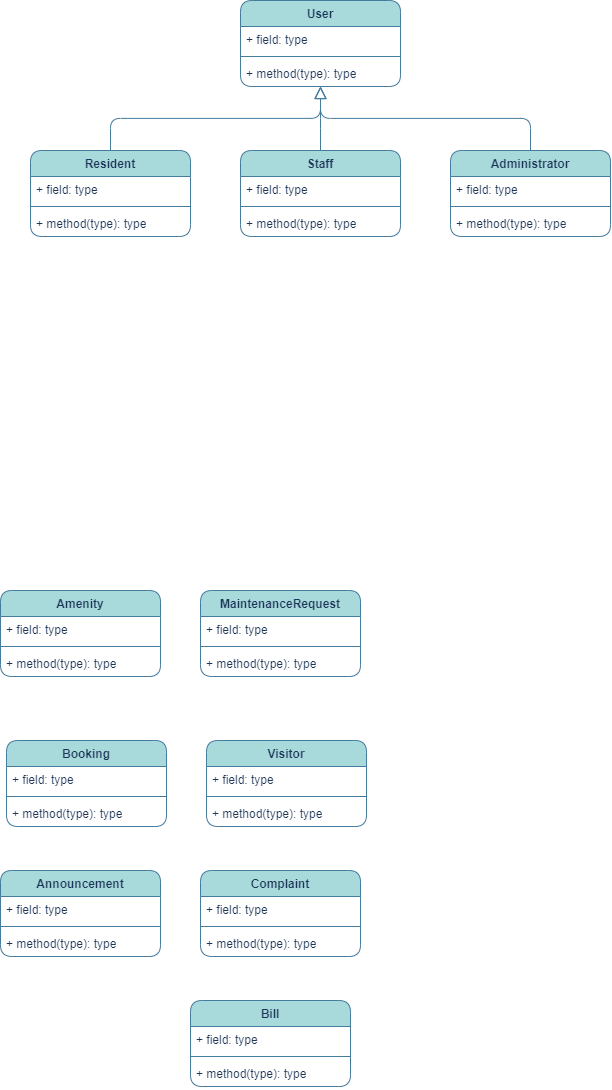
Before: UML class diagram.drawio.png, a diagram exported from draw.io (zainy0805/SE_Assignment_project). Source tidied: cells renumbered, new cells last; positions are measured from the earlier drawing's top-left corner, leaving out a move shared by most shapes.
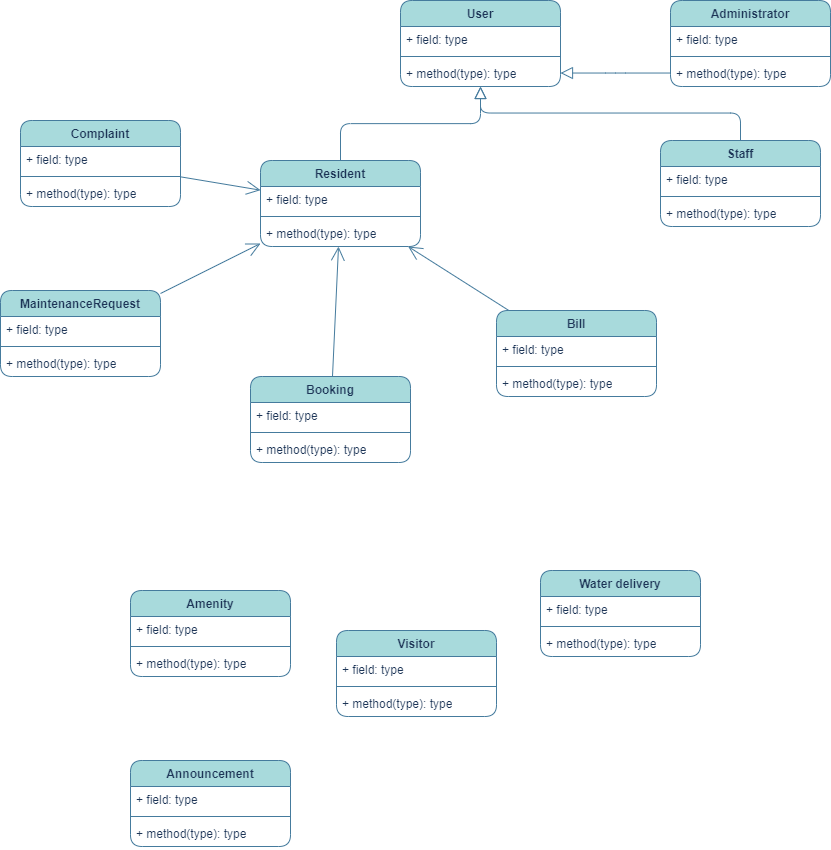
After the change.

Diff of the diagram source:
```diff
@@ -18,7 +18,7 @@
       <mxGeometry y="60" width="160" height="26" as="geometry" />
     </mxCell>
     <mxCell id="7" value="Resident" style="swimlane;fontStyle=1;align=center;verticalAlign=top;horizontal=1;startSize=26;whiteSpace=wrap;html=1;rounded=1;strokeColor=#457B9D;fontColor=#1D3557;fillColor=#A8DADC;" parent="1" vertex="1">
-      <mxGeometry x="30" y="150" width="160" height="86" as="geometry" />
+      <mxGeometry x="100" y="160" width="160" height="86" as="geometry" />
     </mxCell>
     <mxCell id="8" value="+ field: type" style="text;strokeColor=none;fillColor=none;align=left;verticalAlign=top;spacingLeft=4;spacingRight=4;overflow=hidden;whiteSpace=wrap;html=1;fontColor=#1D3557;" parent="7" vertex="1">
       <mxGeometry y="26" width="160" height="26" as="geometry" />
@@ -30,7 +30,7 @@
       <mxGeometry y="60" width="160" height="26" as="geometry" />
     </mxCell>
     <mxCell id="11" value="Staff" style="swimlane;fontStyle=1;align=center;verticalAlign=top;horizontal=1;startSize=26;whiteSpace=wrap;html=1;rounded=1;strokeColor=#457B9D;fontColor=#1D3557;fillColor=#A8DADC;" parent="1" vertex="1">
-      <mxGeometry x="240" y="150" width="160" height="86" as="geometry" />
+      <mxGeometry x="500" y="140" width="160" height="86" as="geometry" />
     </mxCell>
     <mxCell id="12" value="+ field: type" style="text;strokeColor=none;fillColor=none;align=left;verticalAlign=top;spacingLeft=4;spacingRight=4;overflow=hidden;whiteSpace=wrap;html=1;fontColor=#1D3557;" parent="11" vertex="1">
       <mxGeometry y="26" width="160" height="26" as="geometry" />
@@ -42,7 +42,7 @@
       <mxGeometry y="60" width="160" height="26" as="geometry" />
     </mxCell>
     <mxCell id="15" value="Administrator" style="swimlane;fontStyle=1;align=center;verticalAlign=top;horizontal=1;startSize=26;whiteSpace=wrap;html=1;rounded=1;strokeColor=#457B9D;fontColor=#1D3557;fillColor=#A8DADC;" parent="1" vertex="1">
-      <mxGeometry x="450" y="150" width="160" height="86" as="geometry" />
+      <mxGeometry x="510" width="160" height="86" as="geometry" />
     </mxCell>
     <mxCell id="16" value="+ field: type" style="text;strokeColor=none;fillColor=none;align=left;verticalAlign=top;spacingLeft=4;spacingRight=4;overflow=hidden;whiteSpace=wrap;html=1;fontColor=#1D3557;" parent="15" vertex="1">
       <mxGeometry y="26" width="160" height="26" as="geometry" />
@@ -54,7 +54,7 @@
       <mxGeometry y="60" width="160" height="26" as="geometry" />
     </mxCell>
     <mxCell id="19" value="Amenity" style="swimlane;fontStyle=1;align=center;verticalAlign=top;horizontal=1;startSize=26;whiteSpace=wrap;html=1;rounded=1;strokeColor=#457B9D;fontColor=#1D3557;fillColor=#A8DADC;" parent="1" vertex="1">
-      <mxGeometry y="590" width="160" height="86" as="geometry" />
+      <mxGeometry x="-30" y="590" width="160" height="86" as="geometry" />
     </mxCell>
     <mxCell id="20" value="+ field: type" style="text;strokeColor=none;fillColor=none;align=left;verticalAlign=top;spacingLeft=4;spacingRight=4;overflow=hidden;whiteSpace=wrap;html=1;fontColor=#1D3557;" parent="19" vertex="1">
       <mxGeometry y="26" width="160" height="26" as="geometry" />
@@ -66,7 +66,7 @@
       <mxGeometry y="60" width="160" height="26" as="geometry" />
     </mxCell>
     <mxCell id="23" value="Booking" style="swimlane;fontStyle=1;align=center;verticalAlign=top;horizontal=1;startSize=26;whiteSpace=wrap;html=1;rounded=1;strokeColor=#457B9D;fontColor=#1D3557;fillColor=#A8DADC;" parent="1" vertex="1">
-      <mxGeometry x="6" y="740" width="160" height="86" as="geometry" />
+      <mxGeometry x="90" y="376" width="160" height="86" as="geometry" />
     </mxCell>
     <mxCell id="24" value="+ field: type" style="text;strokeColor=none;fillColor=none;align=left;verticalAlign=top;spacingLeft=4;spacingRight=4;overflow=hidden;whiteSpace=wrap;html=1;fontColor=#1D3557;" parent="23" vertex="1">
       <mxGeometry y="26" width="160" height="26" as="geometry" />
@@ -78,7 +78,7 @@
       <mxGeometry y="60" width="160" height="26" as="geometry" />
     </mxCell>
     <mxCell id="27" value="Announcement" style="swimlane;fontStyle=1;align=center;verticalAlign=top;horizontal=1;startSize=26;whiteSpace=wrap;html=1;rounded=1;strokeColor=#457B9D;fontColor=#1D3557;fillColor=#A8DADC;" parent="1" vertex="1">
-      <mxGeometry y="870" width="160" height="86" as="geometry" />
+      <mxGeometry x="-30" y="760" width="160" height="86" as="geometry" />
     </mxCell>
     <mxCell id="28" value="+ field: type" style="text;strokeColor=none;fillColor=none;align=left;verticalAlign=top;spacingLeft=4;spacingRight=4;overflow=hidden;whiteSpace=wrap;html=1;fontColor=#1D3557;" parent="27" vertex="1">
       <mxGeometry y="26" width="160" height="26" as="geometry" />
@@ -90,7 +90,7 @@
       <mxGeometry y="60" width="160" height="26" as="geometry" />
     </mxCell>
     <mxCell id="31" value="MaintenanceRequest" style="swimlane;fontStyle=1;align=center;verticalAlign=top;horizontal=1;startSize=26;whiteSpace=wrap;html=1;rounded=1;strokeColor=#457B9D;fontColor=#1D3557;fillColor=#A8DADC;" parent="1" vertex="1">
-      <mxGeometry x="200" y="590" width="160" height="86" as="geometry" />
+      <mxGeometry x="-160" y="290" width="160" height="86" as="geometry" />
     </mxCell>
     <mxCell id="32" value="+ field: type" style="text;strokeColor=none;fillColor=none;align=left;verticalAlign=top;spacingLeft=4;spacingRight=4;overflow=hidden;whiteSpace=wrap;html=1;fontColor=#1D3557;" parent="31" vertex="1">
       <mxGeometry y="26" width="160" height="26" as="geometry" />
@@ -102,7 +102,7 @@
       <mxGeometry y="60" width="160" height="26" as="geometry" />
     </mxCell>
     <mxCell id="35" value="Visitor" style="swimlane;fontStyle=1;align=center;verticalAlign=top;horizontal=1;startSize=26;whiteSpace=wrap;html=1;rounded=1;strokeColor=#457B9D;fontColor=#1D3557;fillColor=#A8DADC;" parent="1" vertex="1">
-      <mxGeometry x="206" y="740" width="160" height="86" as="geometry" />
+      <mxGeometry x="176" y="630" width="160" height="86" as="geometry" />
     </mxCell>
     <mxCell id="36" value="+ field: type" style="text;strokeColor=none;fillColor=none;align=left;verticalAlign=top;spacingLeft=4;spacingRight=4;overflow=hidden;whiteSpace=wrap;html=1;fontColor=#1D3557;" parent="35" vertex="1">
       <mxGeometry y="26" width="160" height="26" as="geometry" />
@@ -114,7 +114,7 @@
       <mxGeometry y="60" width="160" height="26" as="geometry" />
     </mxCell>
     <mxCell id="39" value="Complaint&lt;span style=&quot;color: rgba(0, 0, 0, 0); font-family: monospace; font-size: 0px; font-weight: 400; text-align: start; text-wrap: nowrap;&quot;&gt;%3CmxGraphModel%3E%3Croot%3E%3CmxCell%20id%3D%220%22%2F%3E%3CmxCell%20id%3D%221%22%20parent%3D%220%22%2F%3E%3CmxCell%20id%3D%222%22%20value%3D%22Amenity%22%20style%3D%22swimlane%3BfontStyle%3D1%3Balign%3Dcenter%3BverticalAlign%3Dtop%3BchildLayout%3DstackLayout%3Bhorizontal%3D1%3BstartSize%3D26%3BhorizontalStack%3D0%3BresizeParent%3D1%3BresizeParentMax%3D0%3BresizeLast%3D0%3Bcollapsible%3D1%3BmarginBottom%3D0%3BwhiteSpace%3Dwrap%3Bhtml%3D1%3Brounded%3D1%3BstrokeColor%3D%23457B9D%3BfontColor%3D%231D3557%3BfillColor%3D%23A8DADC%3B%22%20vertex%3D%221%22%20parent%3D%221%22%3E%3CmxGeometry%20x%3D%22370%22%20y%3D%2240%22%20width%3D%22160%22%20height%3D%2286%22%20as%3D%22geometry%22%2F%3E%3C%2FmxCell%3E%3CmxCell%20id%3D%223%22%20value%3D%22%2B%20field%3A%20type%22%20style%3D%22text%3BstrokeColor%3Dnone%3BfillColor%3Dnone%3Balign%3Dleft%3BverticalAlign%3Dtop%3BspacingLeft%3D4%3BspacingRight%3D4%3Boverflow%3Dhidden%3Brotatable%3D0%3Bpoints%3D%5B%5B0%2C0.5%5D%2C%5B1%2C0.5%5D%5D%3BportConstraint%3Deastwest%3BwhiteSpace%3Dwrap%3Bhtml%3D1%3BfontColor%3D%231D3557%3B%22%20vertex%3D%221%22%20parent%3D%222%22%3E%3CmxGeometry%20y%3D%2226%22%20width%3D%22160%22%20height%3D%2226%22%20as%3D%22geometry%22%2F%3E%3C%2FmxCell%3E%3CmxCell%20id%3D%224%22%20value%3D%22%22%20style%3D%22line%3BstrokeWidth%3D1%3BfillColor%3Dnone%3Balign%3Dleft%3BverticalAlign%3Dmiddle%3BspacingTop%3D-1%3BspacingLeft%3D3%3BspacingRight%3D3%3Brotatable%3D0%3BlabelPosition%3Dright%3Bpoints%3D%5B%5D%3BportConstraint%3Deastwest%3BstrokeColor%3Dinherit%3Brounded%3D1%3BfontColor%3D%231D3557%3B%22%20vertex%3D%221%22%20parent%3D%222%22%3E%3CmxGeometry%20y%3D%2252%22%20width%3D%22160%22%20height%3D%228%22%20as%3D%22geometry%22%2F%3E%3C%2FmxCell%3E%3CmxCell%20id%3D%225%22%20value%3D%22%2B%20method(type)%3A%20type%22%20style%3D%22text%3BstrokeColor%3Dnone%3BfillColor%3Dnone%3Balign%3Dleft%3BverticalAlign%3Dtop%3BspacingLeft%3D4%3BspacingRight%3D4%3Boverflow%3Dhidden%3Brotatable%3D0%3Bpoints%3D%5B%5B0%2C0.5%5D%2C%5B1%2C0.5%5D%5D%3BportConstraint%3Deastwest%3BwhiteSpace%3Dwrap%3Bhtml%3D1%3BfontColor%3D%231D3557%3B%22%20vertex%3D%221%22%20parent%3D%222%22%3E%3CmxGeometry%20y%3D%2260%22%20width%3D%22160%22%20height%3D%2226%22%20as%3D%22geometry%22%2F%3E%3C%2FmxCell%3E%3CmxCell%20id%3D%226%22%20value%3D%22Booking%22%20style%3D%22swimlane%3BfontStyle%3D1%3Balign%3Dcenter%3BverticalAlign%3Dtop%3BchildLayout%3DstackLayout%3Bhorizontal%3D1%3BstartSize%3D26%3BhorizontalStack%3D0%3BresizeParent%3D1%3BresizeParentMax%3D0%3BresizeLast%3D0%3Bcollapsible%3D1%3BmarginBottom%3D0%3BwhiteSpace%3Dwrap%3Bhtml%3D1%3Brounded%3D1%3BstrokeColor%3D%23457B9D%3BfontColor%3D%231D3557%3BfillColor%3D%23A8DADC%3B%22%20vertex%3D%221%22%20parent%3D%221%22%3E%3CmxGeometry%20x%3D%22376%22%20y%3D%22190%22%20width%3D%22160%22%20height%3D%2286%22%20as%3D%22geometry%22%2F%3E%3C%2FmxCell%3E%3CmxCell%20id%3D%227%22%20value%3D%22%2B%20field%3A%20type%22%20style%3D%22text%3BstrokeColor%3Dnone%3BfillColor%3Dnone%3Balign%3Dleft%3BverticalAlign%3Dtop%3BspacingLeft%3D4%3BspacingRight%3D4%3Boverflow%3Dhidden%3Brotatable%3D0%3Bpoints%3D%5B%5B0%2C0.5%5D%2C%5B1%2C0.5%5D%5D%3BportConstraint%3Deastwest%3BwhiteSpace%3Dwrap%3Bhtml%3D1%3BfontColor%3D%231D3557%3B%22%20vertex%3D%221%22%20parent%3D%226%22%3E%3CmxGeometry%20y%3D%2226%22%20width%3D%22160%22%20height%3D%2226%22%20as%3D%22geometry%22%2F%3E%3C%2FmxCell%3E%3CmxCell%20id%3D%228%22%20value%3D%22%22%20style%3D%22line%3BstrokeWidth%3D1%3BfillColor%3Dnone%3Balign%3Dleft%3BverticalAlign%3Dmiddle%3BspacingTop%3D-1%3BspacingLeft%3D3%3BspacingRight%3D3%3Brotatable%3D0%3BlabelPosition%3Dright%3Bpoints%3D%5B%5D%3BportConstraint%3Deastwest%3BstrokeColor%3Dinherit%3Brounded%3D1%3BfontColor%3D%231D3557%3B%22%20vertex%3D%221%22%20parent%3D%226%22%3E%3CmxGeometry%20y%3D%2252%22%20width%3D%22160%22%20height%3D%228%22%20as%3D%22geometry%22%2F%3E%3C%2FmxCell%3E%3CmxCell%20id%3D%229%22%20value%3D%22%2B%20method(type)%3A%20type%22%20style%3D%22text%3BstrokeColor%3Dnone%3BfillColor%3Dnone%3Balign%3Dleft%3BverticalAlign%3Dtop%3BspacingLeft%3D4%3BspacingRight%3D4%3Boverflow%3Dhidden%3Brotatable%3D0%3Bpoints%3D%5B%5B0%2C0.5%5D%2C%5B1%2C0.5%5D%5D%3BportConstraint%3Deastwest%3BwhiteSpace%3Dwrap%3Bhtml%3D1%3BfontColor%3D%231D3557%3B%22%20vertex%3D%221%22%20parent%3D%226%22%3E%3CmxGeometry%20y%3D%2260%22%20width%3D%22160%22%20height%3D%2226%22%20as%3D%22geometry%22%2F%3E%3C%2FmxCell%3E%3CmxCell%20id%3D%2210%22%20value%3D%22Announcement%22%20style%3D%22swimlane%3BfontStyle%3D1%3Balign%3Dcenter%3BverticalAlign%3Dtop%3BchildLayout%3DstackLayout%3Bhorizontal%3D1%3BstartSize%3D26%3BhorizontalStack%3D0%3BresizeParent%3D1%3BresizeParentMax%3D0%3BresizeLast%3D0%3Bcollapsible%3D1%3BmarginBottom%3D0%3BwhiteSpace%3Dwrap%3Bhtml%3D1%3Brounded%3D1%3BstrokeColor%3D%23457B9D%3BfontColor%3D%231D3557%3BfillColor%3D%23A8DADC%3B%22%20vertex%3D%221%22%20parent%3D%221%22%3E%3CmxGeometry%20x%3D%22370%22%20y%3D%22320%22%20width%3D%22160%22%20height%3D%2286%22%20as%3D%22geometry%22%2F%3E%3C%2FmxCell%3E%3CmxCell%20id%3D%2211%22%20value%3D%22%2B%20field%3A%20type%22%20style%3D%22text%3BstrokeColor%3Dnone%3BfillColor%3Dnone%3Balign%3Dleft%3BverticalAlign%3Dtop%3BspacingLeft%3D4%3BspacingRight%3D4%3Boverflow%3Dhidden%3Brotatable%3D0%3Bpoints%3D%5B%5B0%2C0.5%5D%2C%5B1%2C0.5%5D%5D%3BportConstraint%3Deastwest%3BwhiteSpace%3Dwrap%3Bhtml%3D1%3BfontColor%3D%231D3557%3B%22%20vertex%3D%221%22%20parent%3D%2210%22%3E%3CmxGeometry%20y%3D%2226%22%20width%3D%22160%22%20height%3D%2226%22%20as%3D%22geometry%22%2F%3E%3C%2FmxCell%3E%3CmxCell%20id%3D%2212%22%20value%3D%22%22%20style%3D%22line%3BstrokeWidth%3D1%3BfillColor%3Dnone%3Balign%3Dleft%3BverticalAlign%3Dmiddle%3BspacingTop%3D-1%3BspacingLeft%3D3%3BspacingRight%3D3%3Brotatable%3D0%3BlabelPosition%3Dright%3Bpoints%3D%5B%5D%3BportConstraint%3Deastwest%3BstrokeColor%3Dinherit%3Brounded%3D1%3BfontColor%3D%231D3557%3B%22%20vertex%3D%221%22%20parent%3D%2210%22%3E%3CmxGeometry%20y%3D%2252%22%20width%3D%22160%22%20height%3D%228%22%20as%3D%22geometry%22%2F%3E%3C%2FmxCell%3E%3CmxCell%20id%3D%2213%22%20value%3D%22%2B%20method(type)%3A%20type%22%20style%3D%22text%3BstrokeColor%3Dnone%3BfillColor%3Dnone%3Balign%3Dleft%3BverticalAlign%3Dtop%3BspacingLeft%3D4%3BspacingRight%3D4%3Boverflow%3Dhidden%3Brotatable%3D0%3Bpoints%3D%5B%5B0%2C0.5%5D%2C%5B1%2C0.5%5D%5D%3BportConstraint%3Deastwest%3BwhiteSpace%3Dwrap%3Bhtml%3D1%3BfontColor%3D%231D3557%3B%22%20vertex%3D%221%22%20parent%3D%2210%22%3E%3CmxGeometry%20y%3D%2260%22%20width%3D%22160%22%20height%3D%2226%22%20as%3D%22geometry%22%2F%3E%3C%2FmxCell%3E%3C%2Froot%3E%3C%2FmxGraphModel%3E&lt;/span&gt;" style="swimlane;fontStyle=1;align=center;verticalAlign=top;horizontal=1;startSize=26;whiteSpace=wrap;html=1;rounded=1;strokeColor=#457B9D;fontColor=#1D3557;fillColor=#A8DADC;" parent="1" vertex="1">
-      <mxGeometry x="200" y="870" width="160" height="86" as="geometry" />
+      <mxGeometry x="-140" y="120" width="160" height="86" as="geometry" />
     </mxCell>
     <mxCell id="40" value="+ field: type" style="text;strokeColor=none;fillColor=none;align=left;verticalAlign=top;spacingLeft=4;spacingRight=4;overflow=hidden;whiteSpace=wrap;html=1;fontColor=#1D3557;" parent="39" vertex="1">
       <mxGeometry y="26" width="160" height="26" as="geometry" />
@@ -126,7 +126,7 @@
       <mxGeometry y="60" width="160" height="26" as="geometry" />
     </mxCell>
     <mxCell id="43" value="Bill" style="swimlane;fontStyle=1;align=center;verticalAlign=top;horizontal=1;startSize=26;whiteSpace=wrap;html=1;rounded=1;strokeColor=#457B9D;fontColor=#1D3557;fillColor=#A8DADC;" parent="1" vertex="1">
-      <mxGeometry x="190" y="1000" width="160" height="86" as="geometry" />
+      <mxGeometry x="336" y="310" width="160" height="86" as="geometry" />
     </mxCell>
     <mxCell id="44" value="+ field: type" style="text;strokeColor=none;fillColor=none;align=left;verticalAlign=top;spacingLeft=4;spacingRight=4;overflow=hidden;whiteSpace=wrap;html=1;fontColor=#1D3557;" parent="43" vertex="1">
       <mxGeometry y="26" width="160" height="26" as="geometry" />
@@ -143,5 +143,29 @@
     <mxCell id="48" style="endArrow=block;endSize=10;endFill=0;shadow=0;strokeWidth=1;rounded=1;curved=0;edgeStyle=elbowEdgeStyle;elbow=vertical;labelBackgroundColor=none;strokeColor=#457B9D;fontColor=default;" parent="1" edge="1" source="15" target="6">
       <mxGeometry relative="1" as="geometry" />
     </mxCell>
+    <mxCell id="49" value="Water delivery" style="swimlane;fontStyle=1;align=center;verticalAlign=top;horizontal=1;startSize=26;whiteSpace=wrap;html=1;rounded=1;strokeColor=#457B9D;fontColor=#1D3557;fillColor=#A8DADC;" parent="1" vertex="1">
+      <mxGeometry x="380" y="570" width="160" height="86" as="geometry" />
+    </mxCell>
+    <mxCell id="50" value="+ field: type" style="text;strokeColor=none;fillColor=none;align=left;verticalAlign=top;spacingLeft=4;spacingRight=4;overflow=hidden;whiteSpace=wrap;html=1;fontColor=#1D3557;" parent="49" vertex="1">
+      <mxGeometry y="26" width="160" height="26" as="geometry" />
+    </mxCell>
+    <mxCell id="51" style="line;strokeWidth=1;fillColor=none;align=left;verticalAlign=middle;spacingTop=-1;spacingLeft=3;spacingRight=3;labelPosition=right;strokeColor=inherit;rounded=1;fontColor=#1D3557;" parent="49" vertex="1">
+      <mxGeometry y="52" width="160" height="8" as="geometry" />
+    </mxCell>
+    <mxCell id="52" value="+ method(type): type" style="text;strokeColor=none;fillColor=none;align=left;verticalAlign=top;spacingLeft=4;spacingRight=4;overflow=hidden;whiteSpace=wrap;html=1;fontColor=#1D3557;" parent="49" vertex="1">
+      <mxGeometry y="60" width="160" height="26" as="geometry" />
+    </mxCell>
+    <mxCell id="53" style="endArrow=open;endFill=1;endSize=12;html=1;rounded=1;strokeColor=#457B9D;fontColor=#1D3557;fillColor=#A8DADC;" parent="1" edge="1" source="39" target="7">
+      <mxGeometry relative="1" as="geometry" />
+    </mxCell>
+    <mxCell id="54" style="endArrow=open;endFill=1;endSize=12;html=1;rounded=1;strokeColor=#457B9D;fontColor=#1D3557;fillColor=#A8DADC;" parent="1" edge="1" source="31" target="7">
+      <mxGeometry relative="1" as="geometry" />
+    </mxCell>
+    <mxCell id="55" style="endArrow=open;endFill=1;endSize=12;html=1;rounded=1;strokeColor=#457B9D;fontColor=#1D3557;fillColor=#A8DADC;" parent="1" edge="1" source="23" target="7">
+      <mxGeometry relative="1" as="geometry" />
+    </mxCell>
+    <mxCell id="56" style="endArrow=open;endFill=1;endSize=12;html=1;rounded=1;strokeColor=#457B9D;fontColor=#1D3557;fillColor=#A8DADC;" parent="1" edge="1" source="43" target="7">
+      <mxGeometry relative="1" as="geometry" />
+    </mxCell>
   </root>
 </mxGraphModel>
```
